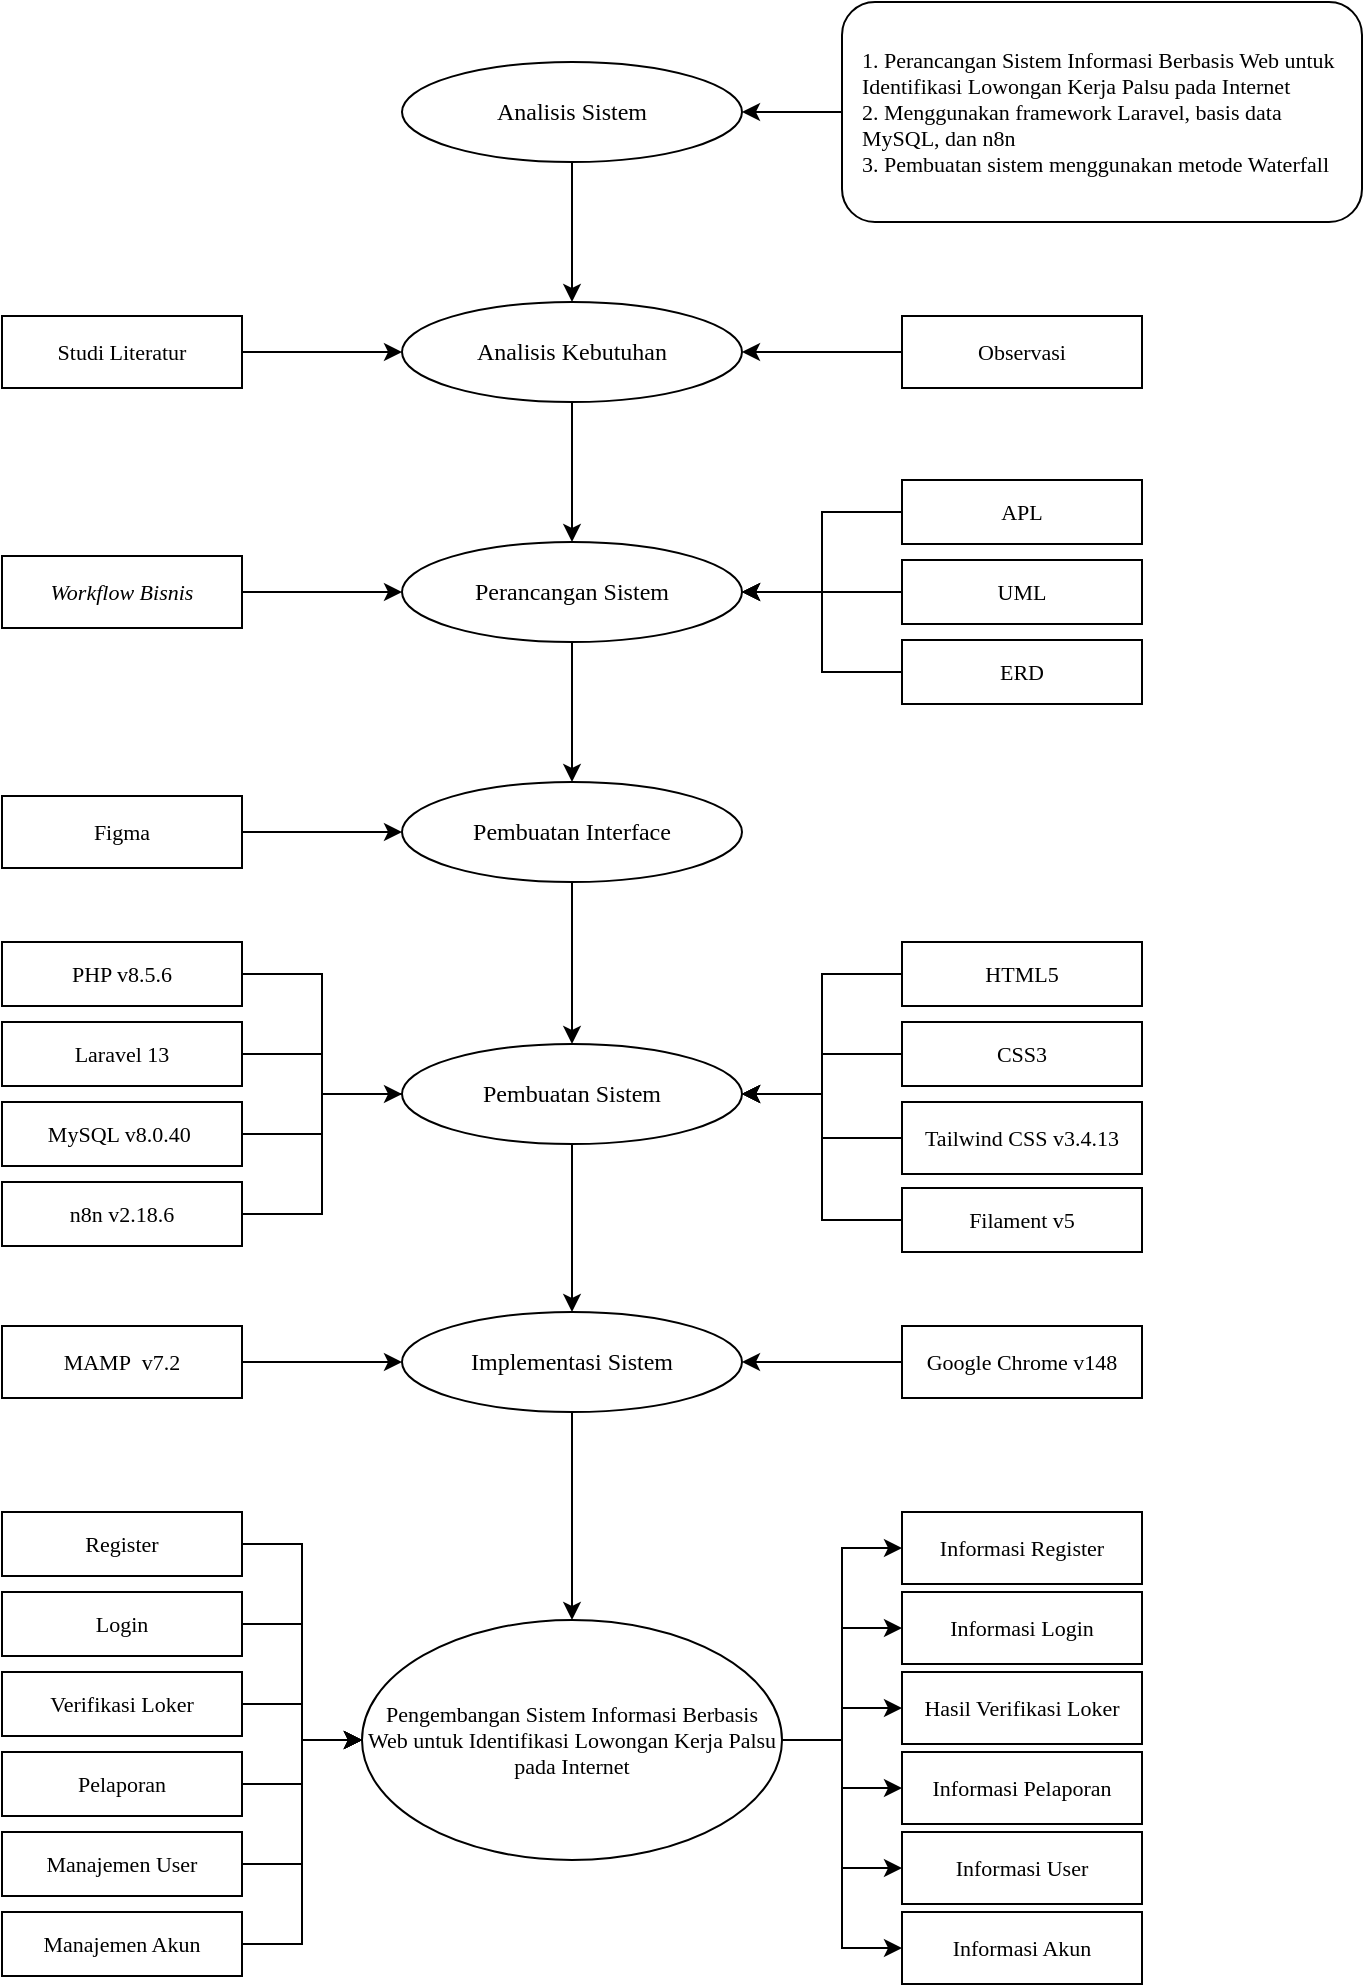
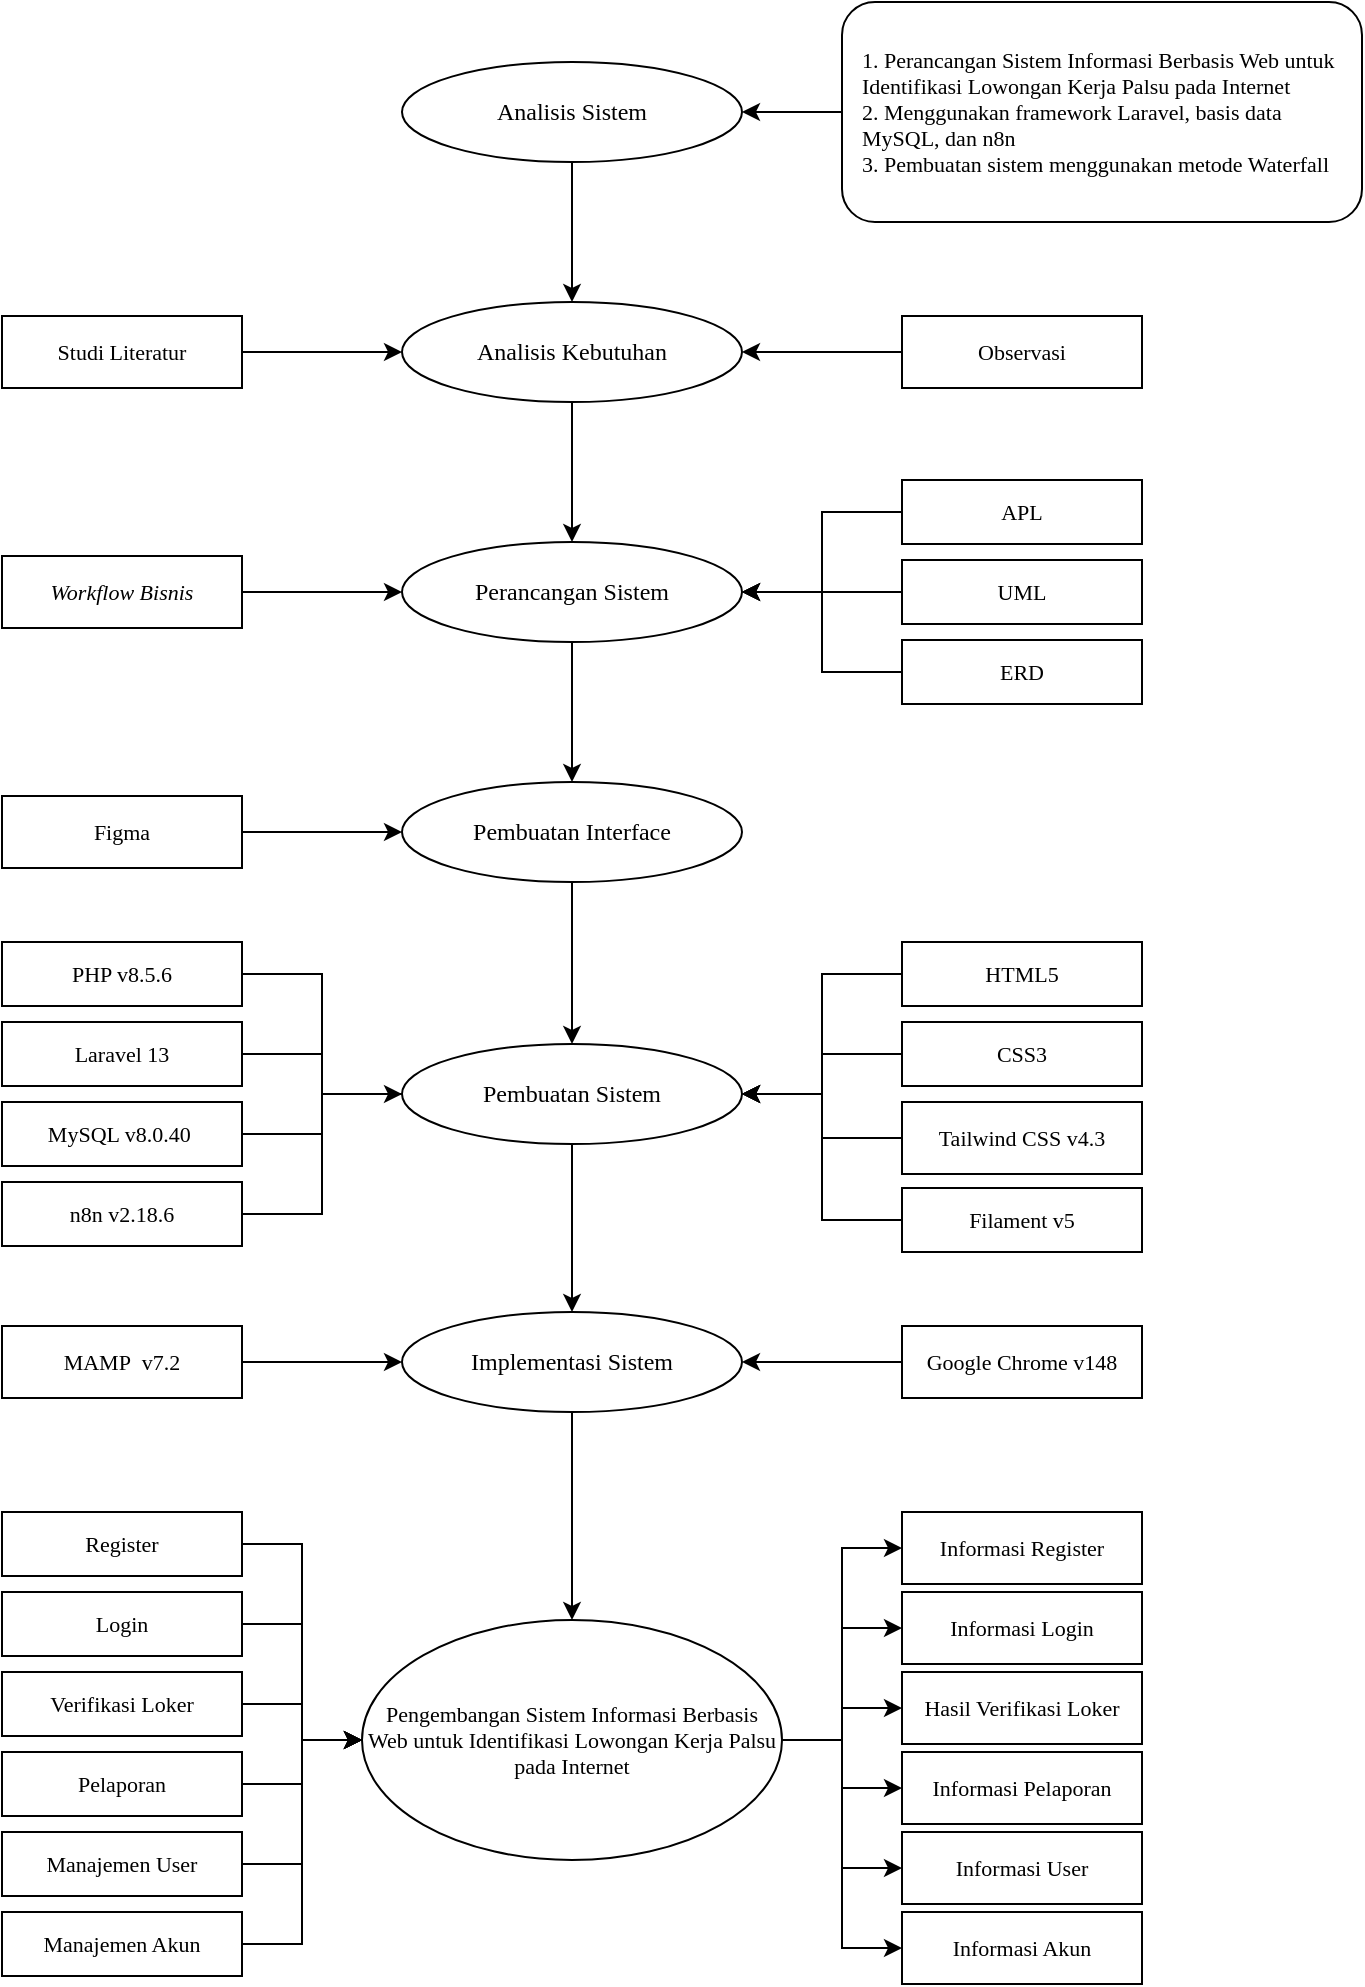
<mxfile host="app.diagrams.net">
  <diagram name="Page-1" id="yfmV3Sks-nrF4BvnnPUG">
-     <mxGraphModel dx="1753" dy="956" grid="1" gridSize="10" guides="1" tooltips="1" connect="1" arrows="1" fold="1" page="1" pageScale="1" pageWidth="827" pageHeight="1169" math="0" shadow="0">
+     <mxGraphModel dx="838" dy="457" grid="1" gridSize="10" guides="1" tooltips="1" connect="1" arrows="1" fold="1" page="1" pageScale="1" pageWidth="827" pageHeight="1169" math="0" shadow="0">
      <root>
        <mxCell id="0" />
        <mxCell id="1" parent="0" />
        <mxCell id="fTyH0j3n_jQUCsVNDcWE-1" parent="1" style="ellipse;whiteSpace=wrap;html=1;fillColor=#ffffff;strokeColor=#000000;fontFamily=Times New Roman;fontSize=12;" value="Analisis Sistem" vertex="1">
          <mxGeometry height="50" width="170" x="580" y="110" as="geometry" />
        </mxCell>
        <mxCell id="fTyH0j3n_jQUCsVNDcWE-2" parent="1" style="ellipse;whiteSpace=wrap;html=1;fillColor=#ffffff;strokeColor=#000000;fontFamily=Times New Roman;fontSize=12;" value="Analisis Kebutuhan" vertex="1">
          <mxGeometry height="50" width="170" x="580" y="230" as="geometry" />
        </mxCell>
        <mxCell id="fTyH0j3n_jQUCsVNDcWE-3" parent="1" style="ellipse;whiteSpace=wrap;html=1;fillColor=#ffffff;strokeColor=#000000;fontFamily=Times New Roman;fontSize=12;" value="Perancangan Sistem" vertex="1">
          <mxGeometry height="50" width="170" x="580" y="350" as="geometry" />
        </mxCell>
        <mxCell id="fTyH0j3n_jQUCsVNDcWE-4" parent="1" style="ellipse;whiteSpace=wrap;html=1;fillColor=#ffffff;strokeColor=#000000;fontFamily=Times New Roman;fontSize=12;" value="Pembuatan Interface" vertex="1">
          <mxGeometry height="50" width="170" x="580" y="470" as="geometry" />
        </mxCell>
        <mxCell id="fTyH0j3n_jQUCsVNDcWE-5" parent="1" style="ellipse;whiteSpace=wrap;html=1;fillColor=#ffffff;strokeColor=#000000;fontFamily=Times New Roman;fontSize=12;" value="Pembuatan Sistem" vertex="1">
          <mxGeometry height="50" width="170" x="580" y="601" as="geometry" />
        </mxCell>
        <mxCell id="fTyH0j3n_jQUCsVNDcWE-6" parent="1" style="ellipse;whiteSpace=wrap;html=1;fillColor=#ffffff;strokeColor=#000000;fontFamily=Times New Roman;fontSize=12;" value="Implementasi Sistem" vertex="1">
          <mxGeometry height="50" width="170" x="580" y="735" as="geometry" />
        </mxCell>
        <mxCell id="fTyH0j3n_jQUCsVNDcWE-7" parent="1" style="ellipse;whiteSpace=wrap;html=1;fillColor=#ffffff;strokeColor=#000000;fontFamily=Times New Roman;fontSize=11;" value="Pengembangan Sistem Informasi Berbasis Web untuk Identifikasi Lowongan Kerja Palsu pada Internet" vertex="1">
          <mxGeometry height="120" width="210" x="560" y="889" as="geometry" />
        </mxCell>
        <mxCell id="fTyH0j3n_jQUCsVNDcWE-8" edge="1" parent="1" source="fTyH0j3n_jQUCsVNDcWE-1" style="endArrow=classic;html=1;rounded=0;exitX=0.5;exitY=1;entryX=0.5;entryY=0;" target="fTyH0j3n_jQUCsVNDcWE-2">
          <mxGeometry relative="1" as="geometry" />
        </mxCell>
        <mxCell id="fTyH0j3n_jQUCsVNDcWE-9" edge="1" parent="1" source="fTyH0j3n_jQUCsVNDcWE-2" style="endArrow=classic;html=1;rounded=0;exitX=0.5;exitY=1;entryX=0.5;entryY=0;" target="fTyH0j3n_jQUCsVNDcWE-3">
          <mxGeometry relative="1" as="geometry" />
        </mxCell>
        <mxCell id="fTyH0j3n_jQUCsVNDcWE-10" edge="1" parent="1" source="fTyH0j3n_jQUCsVNDcWE-3" style="endArrow=classic;html=1;rounded=0;exitX=0.5;exitY=1;entryX=0.5;entryY=0;" target="fTyH0j3n_jQUCsVNDcWE-4">
          <mxGeometry relative="1" as="geometry" />
        </mxCell>
        <mxCell id="fTyH0j3n_jQUCsVNDcWE-11" edge="1" parent="1" source="fTyH0j3n_jQUCsVNDcWE-4" style="endArrow=classic;html=1;rounded=0;exitX=0.5;exitY=1;entryX=0.5;entryY=0;" target="fTyH0j3n_jQUCsVNDcWE-5">
          <mxGeometry relative="1" as="geometry" />
        </mxCell>
        <mxCell id="fTyH0j3n_jQUCsVNDcWE-12" edge="1" parent="1" source="fTyH0j3n_jQUCsVNDcWE-5" style="endArrow=classic;html=1;rounded=0;exitX=0.5;exitY=1;entryX=0.5;entryY=0;" target="fTyH0j3n_jQUCsVNDcWE-6">
          <mxGeometry relative="1" as="geometry" />
        </mxCell>
        <mxCell id="fTyH0j3n_jQUCsVNDcWE-13" edge="1" parent="1" source="fTyH0j3n_jQUCsVNDcWE-6" style="endArrow=classic;html=1;rounded=0;exitX=0.5;exitY=1;entryX=0.5;entryY=0;" target="fTyH0j3n_jQUCsVNDcWE-7">
          <mxGeometry relative="1" as="geometry" />
        </mxCell>
        <mxCell id="fTyH0j3n_jQUCsVNDcWE-14" parent="1" style="rounded=1;whiteSpace=wrap;html=1;fillColor=#ffffff;strokeColor=#000000;fontFamily=Times New Roman;fontSize=11;align=left;verticalAlign=middle;spacingLeft=8;spacingRight=8;" value="1. Perancangan Sistem Informasi Berbasis Web untuk Identifikasi Lowongan Kerja Palsu pada Internet&lt;br&gt;2. Menggunakan framework Laravel, basis data MySQL, dan n8n&lt;br&gt;3. Pembuatan sistem menggunakan metode Waterfall" vertex="1">
          <mxGeometry height="110" width="260" x="800" y="80" as="geometry" />
        </mxCell>
        <mxCell id="fTyH0j3n_jQUCsVNDcWE-15" edge="1" parent="1" source="fTyH0j3n_jQUCsVNDcWE-1" style="endArrow=none;html=1;rounded=0;exitX=1;exitY=0.5;entryX=0;entryY=0.5;startArrow=classic;startFill=1;" target="fTyH0j3n_jQUCsVNDcWE-14">
          <mxGeometry relative="1" as="geometry" />
        </mxCell>
        <mxCell id="fTyH0j3n_jQUCsVNDcWE-16" parent="1" style="rounded=0;whiteSpace=wrap;html=1;fillColor=#ffffff;strokeColor=#000000;fontFamily=Times New Roman;fontSize=11;" value="Studi Literatur" vertex="1">
          <mxGeometry height="36" width="120" x="380" y="237" as="geometry" />
        </mxCell>
        <mxCell id="fTyH0j3n_jQUCsVNDcWE-19" edge="1" parent="1" source="fTyH0j3n_jQUCsVNDcWE-16" style="endArrow=classic;html=1;exitX=1;exitY=0.5;entryX=0;entryY=0.5;endFill=1;" target="fTyH0j3n_jQUCsVNDcWE-2">
          <mxGeometry relative="1" as="geometry" />
        </mxCell>
        <mxCell id="fTyH0j3n_jQUCsVNDcWE-22" parent="1" style="rounded=0;whiteSpace=wrap;html=1;fillColor=#ffffff;strokeColor=#000000;fontFamily=Times New Roman;fontSize=11;fontStyle=2" value="Workflow Bisnis" vertex="1">
          <mxGeometry height="36" width="120" x="380" y="357" as="geometry" />
        </mxCell>
        <mxCell id="fTyH0j3n_jQUCsVNDcWE-23" parent="1" style="rounded=0;whiteSpace=wrap;html=1;fillColor=#ffffff;strokeColor=#000000;fontFamily=Times New Roman;fontSize=11;" value="APL" vertex="1">
          <mxGeometry height="32" width="120" x="830" y="319" as="geometry" />
        </mxCell>
        <mxCell id="fTyH0j3n_jQUCsVNDcWE-24" parent="1" style="rounded=0;whiteSpace=wrap;html=1;fillColor=#ffffff;strokeColor=#000000;fontFamily=Times New Roman;fontSize=11;" value="UML" vertex="1">
          <mxGeometry height="32" width="120" x="830" y="359" as="geometry" />
        </mxCell>
        <mxCell id="fTyH0j3n_jQUCsVNDcWE-25" parent="1" style="rounded=0;whiteSpace=wrap;html=1;fillColor=#ffffff;strokeColor=#000000;fontFamily=Times New Roman;fontSize=11;" value="ERD" vertex="1">
          <mxGeometry height="32" width="120" x="830" y="399" as="geometry" />
        </mxCell>
        <mxCell id="fTyH0j3n_jQUCsVNDcWE-26" edge="1" parent="1" source="fTyH0j3n_jQUCsVNDcWE-22" style="endArrow=classic;html=1;exitX=1;exitY=0.5;entryX=0;entryY=0.5;endFill=1;" target="fTyH0j3n_jQUCsVNDcWE-3">
          <mxGeometry relative="1" as="geometry" />
        </mxCell>
        <mxCell id="fTyH0j3n_jQUCsVNDcWE-27" edge="1" parent="1" source="fTyH0j3n_jQUCsVNDcWE-3" style="endArrow=none;html=1;exitX=1;exitY=0.5;entryX=0;entryY=0.5;startArrow=classic;startFill=1;edgeStyle=orthogonalEdgeStyle;rounded=0;curved=0;" target="fTyH0j3n_jQUCsVNDcWE-23">
          <mxGeometry relative="1" as="geometry" />
        </mxCell>
        <mxCell id="fTyH0j3n_jQUCsVNDcWE-28" edge="1" parent="1" source="fTyH0j3n_jQUCsVNDcWE-3" style="endArrow=none;html=1;exitX=1;exitY=0.5;entryX=0;entryY=0.5;startArrow=classic;startFill=1;edgeStyle=orthogonalEdgeStyle;rounded=0;curved=0;" target="fTyH0j3n_jQUCsVNDcWE-24">
          <mxGeometry relative="1" as="geometry" />
        </mxCell>
        <mxCell id="fTyH0j3n_jQUCsVNDcWE-29" edge="1" parent="1" source="fTyH0j3n_jQUCsVNDcWE-3" style="endArrow=none;html=1;exitX=1;exitY=0.5;entryX=0;entryY=0.5;startArrow=classic;startFill=1;edgeStyle=orthogonalEdgeStyle;rounded=0;curved=0;" target="fTyH0j3n_jQUCsVNDcWE-25">
          <mxGeometry relative="1" as="geometry" />
        </mxCell>
        <mxCell id="fTyH0j3n_jQUCsVNDcWE-30" parent="1" style="rounded=0;whiteSpace=wrap;html=1;fillColor=#ffffff;strokeColor=#000000;fontFamily=Times New Roman;fontSize=11;" value="Figma" vertex="1">
          <mxGeometry height="36" width="120" x="380" y="477" as="geometry" />
        </mxCell>
        <mxCell id="fTyH0j3n_jQUCsVNDcWE-31" edge="1" parent="1" source="fTyH0j3n_jQUCsVNDcWE-30" style="endArrow=classic;html=1;exitX=1;exitY=0.5;entryX=0;entryY=0.5;endFill=1;" target="fTyH0j3n_jQUCsVNDcWE-4">
          <mxGeometry relative="1" as="geometry" />
        </mxCell>
        <mxCell id="fTyH0j3n_jQUCsVNDcWE-32" parent="1" style="rounded=0;whiteSpace=wrap;html=1;fillColor=#ffffff;strokeColor=#000000;fontFamily=Times New Roman;fontSize=11;" value="PHP v8.5.6" vertex="1">
          <mxGeometry height="32" width="120" x="380" y="550" as="geometry" />
        </mxCell>
        <mxCell id="fTyH0j3n_jQUCsVNDcWE-33" parent="1" style="rounded=0;whiteSpace=wrap;html=1;fillColor=#ffffff;strokeColor=#000000;fontFamily=Times New Roman;fontSize=11;" value="Laravel 13" vertex="1">
          <mxGeometry height="32" width="120" x="380" y="590" as="geometry" />
        </mxCell>
        <mxCell id="fTyH0j3n_jQUCsVNDcWE-34" parent="1" style="rounded=0;whiteSpace=wrap;html=1;fillColor=#ffffff;strokeColor=#000000;fontFamily=Times New Roman;fontSize=11;" value="MySQL v8.0.40&amp;nbsp;" vertex="1">
          <mxGeometry height="32" width="120" x="380" y="630" as="geometry" />
        </mxCell>
        <mxCell id="fTyH0j3n_jQUCsVNDcWE-35" parent="1" style="rounded=0;whiteSpace=wrap;html=1;fillColor=#ffffff;strokeColor=#000000;fontFamily=Times New Roman;fontSize=11;" value="HTML5" vertex="1">
          <mxGeometry height="32" width="120" x="830" y="550" as="geometry" />
        </mxCell>
        <mxCell id="fTyH0j3n_jQUCsVNDcWE-36" parent="1" style="rounded=0;whiteSpace=wrap;html=1;fillColor=#ffffff;strokeColor=#000000;fontFamily=Times New Roman;fontSize=11;" value="CSS3" vertex="1">
          <mxGeometry height="32" width="120" x="830" y="590" as="geometry" />
        </mxCell>
-         <mxCell id="fTyH0j3n_jQUCsVNDcWE-37" parent="1" style="rounded=0;whiteSpace=wrap;html=1;fillColor=#ffffff;strokeColor=#000000;fontFamily=Times New Roman;fontSize=11;" value="Tailwind CSS v3.4.13" vertex="1">
+         <mxCell id="fTyH0j3n_jQUCsVNDcWE-37" parent="1" style="rounded=0;whiteSpace=wrap;html=1;fillColor=#ffffff;strokeColor=#000000;fontFamily=Times New Roman;fontSize=11;" value="Tailwind CSS v4.3" vertex="1">
          <mxGeometry height="36" width="120" x="830" y="630" as="geometry" />
        </mxCell>
        <mxCell id="fTyH0j3n_jQUCsVNDcWE-38" edge="1" parent="1" source="fTyH0j3n_jQUCsVNDcWE-32" style="endArrow=none;html=1;exitX=1;exitY=0.5;entryX=0;entryY=0.5;edgeStyle=orthogonalEdgeStyle;rounded=0;curved=0;" target="fTyH0j3n_jQUCsVNDcWE-5">
          <mxGeometry relative="1" as="geometry" />
        </mxCell>
        <mxCell id="fTyH0j3n_jQUCsVNDcWE-39" edge="1" parent="1" source="fTyH0j3n_jQUCsVNDcWE-33" style="endArrow=none;html=1;exitX=1;exitY=0.5;entryX=0;entryY=0.5;edgeStyle=orthogonalEdgeStyle;rounded=0;curved=0;" target="fTyH0j3n_jQUCsVNDcWE-5">
          <mxGeometry relative="1" as="geometry" />
        </mxCell>
        <mxCell id="fTyH0j3n_jQUCsVNDcWE-40" edge="1" parent="1" source="fTyH0j3n_jQUCsVNDcWE-34" style="endArrow=none;html=1;exitX=1;exitY=0.5;entryX=0;entryY=0.5;edgeStyle=orthogonalEdgeStyle;rounded=0;curved=0;" target="fTyH0j3n_jQUCsVNDcWE-5">
          <mxGeometry relative="1" as="geometry" />
        </mxCell>
        <mxCell id="fTyH0j3n_jQUCsVNDcWE-41" edge="1" parent="1" source="fTyH0j3n_jQUCsVNDcWE-5" style="endArrow=none;html=1;exitX=1;exitY=0.5;entryX=0;entryY=0.5;edgeStyle=orthogonalEdgeStyle;rounded=0;curved=0;startArrow=classic;startFill=1;" target="fTyH0j3n_jQUCsVNDcWE-35">
          <mxGeometry relative="1" as="geometry" />
        </mxCell>
        <mxCell id="fTyH0j3n_jQUCsVNDcWE-42" edge="1" parent="1" source="fTyH0j3n_jQUCsVNDcWE-5" style="endArrow=none;html=1;exitX=1;exitY=0.5;entryX=0;entryY=0.5;edgeStyle=orthogonalEdgeStyle;rounded=0;curved=0;startArrow=classic;startFill=1;" target="fTyH0j3n_jQUCsVNDcWE-36">
          <mxGeometry relative="1" as="geometry" />
        </mxCell>
        <mxCell id="fTyH0j3n_jQUCsVNDcWE-43" edge="1" parent="1" source="fTyH0j3n_jQUCsVNDcWE-5" style="endArrow=none;html=1;exitX=1;exitY=0.5;entryX=0;entryY=0.5;edgeStyle=orthogonalEdgeStyle;rounded=0;curved=0;startArrow=classic;startFill=1;" target="fTyH0j3n_jQUCsVNDcWE-37">
          <mxGeometry relative="1" as="geometry" />
        </mxCell>
        <mxCell id="fTyH0j3n_jQUCsVNDcWE-44" parent="1" style="rounded=0;whiteSpace=wrap;html=1;fillColor=#ffffff;strokeColor=#000000;fontFamily=Times New Roman;fontSize=11;" value="MAMP&amp;nbsp; v7.2" vertex="1">
          <mxGeometry height="36" width="120" x="380" y="742" as="geometry" />
        </mxCell>
        <mxCell id="fTyH0j3n_jQUCsVNDcWE-45" parent="1" style="rounded=0;whiteSpace=wrap;html=1;fillColor=#ffffff;strokeColor=#000000;fontFamily=Times New Roman;fontSize=11;" value="Google Chrome v148" vertex="1">
          <mxGeometry height="36" width="120" x="830" y="742" as="geometry" />
        </mxCell>
        <mxCell id="fTyH0j3n_jQUCsVNDcWE-46" edge="1" parent="1" source="fTyH0j3n_jQUCsVNDcWE-44" style="endArrow=classic;html=1;exitX=1;exitY=0.5;entryX=0;entryY=0.5;endFill=1;" target="fTyH0j3n_jQUCsVNDcWE-6">
          <mxGeometry relative="1" as="geometry" />
        </mxCell>
        <mxCell id="fTyH0j3n_jQUCsVNDcWE-47" edge="1" parent="1" source="fTyH0j3n_jQUCsVNDcWE-6" style="endArrow=none;html=1;exitX=1;exitY=0.5;entryX=0;entryY=0.5;startArrow=classic;startFill=1;" target="fTyH0j3n_jQUCsVNDcWE-45">
          <mxGeometry relative="1" as="geometry" />
        </mxCell>
        <mxCell id="fTyH0j3n_jQUCsVNDcWE-48" parent="1" style="rounded=0;whiteSpace=wrap;html=1;fillColor=#ffffff;strokeColor=#000000;fontFamily=Times New Roman;fontSize=11;" value="Register" vertex="1">
          <mxGeometry height="32" width="120" x="380" y="835" as="geometry" />
        </mxCell>
        <mxCell id="fTyH0j3n_jQUCsVNDcWE-49" parent="1" style="rounded=0;whiteSpace=wrap;html=1;fillColor=#ffffff;strokeColor=#000000;fontFamily=Times New Roman;fontSize=11;" value="Login" vertex="1">
          <mxGeometry height="32" width="120" x="380" y="875" as="geometry" />
        </mxCell>
        <mxCell id="fTyH0j3n_jQUCsVNDcWE-50" parent="1" style="rounded=0;whiteSpace=wrap;html=1;fillColor=#ffffff;strokeColor=#000000;fontFamily=Times New Roman;fontSize=11;" value="Verifikasi Loker" vertex="1">
          <mxGeometry height="32" width="120" x="380" y="915" as="geometry" />
        </mxCell>
        <mxCell id="fTyH0j3n_jQUCsVNDcWE-51" parent="1" style="rounded=0;whiteSpace=wrap;html=1;fillColor=#ffffff;strokeColor=#000000;fontFamily=Times New Roman;fontSize=11;" value="Pelaporan" vertex="1">
          <mxGeometry height="32" width="120" x="380" y="955" as="geometry" />
        </mxCell>
        <mxCell id="fTyH0j3n_jQUCsVNDcWE-52" parent="1" style="rounded=0;whiteSpace=wrap;html=1;fillColor=#ffffff;strokeColor=#000000;fontFamily=Times New Roman;fontSize=11;" value="Manajemen User" vertex="1">
          <mxGeometry height="32" width="120" x="380" y="995" as="geometry" />
        </mxCell>
        <mxCell id="fTyH0j3n_jQUCsVNDcWE-53" parent="1" style="rounded=0;whiteSpace=wrap;html=1;fillColor=#ffffff;strokeColor=#000000;fontFamily=Times New Roman;fontSize=11;" value="Manajemen Akun" vertex="1">
          <mxGeometry height="32" width="120" x="380" y="1035" as="geometry" />
        </mxCell>
        <mxCell id="fTyH0j3n_jQUCsVNDcWE-59" edge="1" parent="1" source="fTyH0j3n_jQUCsVNDcWE-48" style="endArrow=classic;html=1;exitX=1;exitY=0.5;entryX=0;entryY=0.5;edgeStyle=orthogonalEdgeStyle;rounded=0;curved=0;endFill=1;" target="fTyH0j3n_jQUCsVNDcWE-7">
          <mxGeometry relative="1" as="geometry" />
        </mxCell>
        <mxCell id="fTyH0j3n_jQUCsVNDcWE-60" edge="1" parent="1" source="fTyH0j3n_jQUCsVNDcWE-49" style="endArrow=classic;html=1;exitX=1;exitY=0.5;entryX=0;entryY=0.5;edgeStyle=orthogonalEdgeStyle;rounded=0;curved=0;endFill=1;" target="fTyH0j3n_jQUCsVNDcWE-7">
          <mxGeometry relative="1" as="geometry" />
        </mxCell>
        <mxCell id="fTyH0j3n_jQUCsVNDcWE-61" edge="1" parent="1" source="fTyH0j3n_jQUCsVNDcWE-50" style="endArrow=classic;html=1;exitX=1;exitY=0.5;entryX=0;entryY=0.5;edgeStyle=orthogonalEdgeStyle;rounded=0;curved=0;endFill=1;" target="fTyH0j3n_jQUCsVNDcWE-7">
          <mxGeometry relative="1" as="geometry" />
        </mxCell>
        <mxCell id="fTyH0j3n_jQUCsVNDcWE-62" edge="1" parent="1" source="fTyH0j3n_jQUCsVNDcWE-51" style="endArrow=none;html=1;exitX=1;exitY=0.5;entryX=0;entryY=0.5;edgeStyle=orthogonalEdgeStyle;rounded=0;curved=0;" target="fTyH0j3n_jQUCsVNDcWE-7">
          <mxGeometry relative="1" as="geometry" />
        </mxCell>
        <mxCell id="fTyH0j3n_jQUCsVNDcWE-63" edge="1" parent="1" source="fTyH0j3n_jQUCsVNDcWE-52" style="endArrow=classic;html=1;exitX=1;exitY=0.5;entryX=0;entryY=0.5;edgeStyle=orthogonalEdgeStyle;rounded=0;curved=0;endFill=1;" target="fTyH0j3n_jQUCsVNDcWE-7">
          <mxGeometry relative="1" as="geometry" />
        </mxCell>
        <mxCell id="fTyH0j3n_jQUCsVNDcWE-64" edge="1" parent="1" source="fTyH0j3n_jQUCsVNDcWE-53" style="endArrow=classic;html=1;exitX=1;exitY=0.5;entryX=0;entryY=0.5;edgeStyle=orthogonalEdgeStyle;rounded=0;curved=0;endFill=1;" target="fTyH0j3n_jQUCsVNDcWE-7">
          <mxGeometry relative="1" as="geometry" />
        </mxCell>
        <mxCell id="fTyH0j3n_jQUCsVNDcWE-70" parent="1" style="rounded=0;whiteSpace=wrap;html=1;fillColor=#ffffff;strokeColor=#000000;fontFamily=Times New Roman;fontSize=11;" value="Informasi Register" vertex="1">
          <mxGeometry height="36" width="120" x="830" y="835" as="geometry" />
        </mxCell>
        <mxCell id="fTyH0j3n_jQUCsVNDcWE-71" parent="1" style="rounded=0;whiteSpace=wrap;html=1;fillColor=#ffffff;strokeColor=#000000;fontFamily=Times New Roman;fontSize=11;" value="Informasi Login" vertex="1">
          <mxGeometry height="36" width="120" x="830" y="875" as="geometry" />
        </mxCell>
        <mxCell id="fTyH0j3n_jQUCsVNDcWE-72" parent="1" style="rounded=0;whiteSpace=wrap;html=1;fillColor=#ffffff;strokeColor=#000000;fontFamily=Times New Roman;fontSize=11;" value="Hasil Verifikasi Loker" vertex="1">
          <mxGeometry height="36" width="120" x="830" y="915" as="geometry" />
        </mxCell>
        <mxCell id="fTyH0j3n_jQUCsVNDcWE-73" parent="1" style="rounded=0;whiteSpace=wrap;html=1;fillColor=#ffffff;strokeColor=#000000;fontFamily=Times New Roman;fontSize=11;" value="Informasi Pelaporan" vertex="1">
          <mxGeometry height="36" width="120" x="830" y="955" as="geometry" />
        </mxCell>
        <mxCell id="fTyH0j3n_jQUCsVNDcWE-74" parent="1" style="rounded=0;whiteSpace=wrap;html=1;fillColor=#ffffff;strokeColor=#000000;fontFamily=Times New Roman;fontSize=11;" value="Informasi User" vertex="1">
          <mxGeometry height="36" width="120" x="830" y="995" as="geometry" />
        </mxCell>
        <mxCell id="fTyH0j3n_jQUCsVNDcWE-75" parent="1" style="rounded=0;whiteSpace=wrap;html=1;fillColor=#ffffff;strokeColor=#000000;fontFamily=Times New Roman;fontSize=11;" value="Informasi Akun" vertex="1">
          <mxGeometry height="36" width="120" x="830" y="1035" as="geometry" />
        </mxCell>
        <mxCell id="fTyH0j3n_jQUCsVNDcWE-81" edge="1" parent="1" source="fTyH0j3n_jQUCsVNDcWE-7" style="endArrow=classic;html=1;exitX=1;exitY=0.5;entryX=0;entryY=0.5;rounded=0;edgeStyle=orthogonalEdgeStyle;endFill=1;" target="fTyH0j3n_jQUCsVNDcWE-70">
          <mxGeometry relative="1" as="geometry" />
        </mxCell>
        <mxCell id="fTyH0j3n_jQUCsVNDcWE-82" edge="1" parent="1" source="fTyH0j3n_jQUCsVNDcWE-7" style="endArrow=classic;html=1;exitX=1;exitY=0.5;entryX=0;entryY=0.5;rounded=0;edgeStyle=orthogonalEdgeStyle;endFill=1;" target="fTyH0j3n_jQUCsVNDcWE-71">
          <mxGeometry relative="1" as="geometry" />
        </mxCell>
        <mxCell id="fTyH0j3n_jQUCsVNDcWE-83" edge="1" parent="1" source="fTyH0j3n_jQUCsVNDcWE-7" style="endArrow=classic;html=1;exitX=1;exitY=0.5;entryX=0;entryY=0.5;rounded=0;edgeStyle=orthogonalEdgeStyle;endFill=1;" target="fTyH0j3n_jQUCsVNDcWE-72">
          <mxGeometry relative="1" as="geometry" />
        </mxCell>
        <mxCell id="fTyH0j3n_jQUCsVNDcWE-84" edge="1" parent="1" source="fTyH0j3n_jQUCsVNDcWE-7" style="endArrow=classic;html=1;exitX=1;exitY=0.5;entryX=0;entryY=0.5;rounded=0;edgeStyle=orthogonalEdgeStyle;endFill=1;" target="fTyH0j3n_jQUCsVNDcWE-73">
          <mxGeometry relative="1" as="geometry" />
        </mxCell>
        <mxCell id="fTyH0j3n_jQUCsVNDcWE-85" edge="1" parent="1" source="fTyH0j3n_jQUCsVNDcWE-7" style="endArrow=classic;html=1;exitX=1;exitY=0.5;entryX=0;entryY=0.5;rounded=0;edgeStyle=orthogonalEdgeStyle;endFill=1;" target="fTyH0j3n_jQUCsVNDcWE-74">
          <mxGeometry relative="1" as="geometry" />
        </mxCell>
        <mxCell id="fTyH0j3n_jQUCsVNDcWE-86" edge="1" parent="1" source="fTyH0j3n_jQUCsVNDcWE-7" style="endArrow=classic;html=1;exitX=1;exitY=0.5;entryX=0;entryY=0.5;rounded=0;edgeStyle=orthogonalEdgeStyle;endFill=1;" target="fTyH0j3n_jQUCsVNDcWE-75">
          <mxGeometry relative="1" as="geometry" />
        </mxCell>
        <mxCell id="N9CpWy_333Ilmsceh_oc-2" edge="1" parent="1" source="N9CpWy_333Ilmsceh_oc-1" style="edgeStyle=orthogonalEdgeStyle;rounded=0;orthogonalLoop=1;jettySize=auto;html=1;exitX=1;exitY=0.5;exitDx=0;exitDy=0;entryX=0;entryY=0.5;entryDx=0;entryDy=0;" target="fTyH0j3n_jQUCsVNDcWE-5">
          <mxGeometry relative="1" as="geometry" />
        </mxCell>
        <mxCell id="N9CpWy_333Ilmsceh_oc-1" parent="1" style="rounded=0;whiteSpace=wrap;html=1;fillColor=#ffffff;strokeColor=#000000;fontFamily=Times New Roman;fontSize=11;" value="n8n v2.18.6" vertex="1">
          <mxGeometry height="32" width="120" x="380" y="670" as="geometry" />
        </mxCell>
        <mxCell id="N9CpWy_333Ilmsceh_oc-9" edge="1" parent="1" source="N9CpWy_333Ilmsceh_oc-8" style="edgeStyle=orthogonalEdgeStyle;rounded=0;orthogonalLoop=1;jettySize=auto;html=1;" target="fTyH0j3n_jQUCsVNDcWE-2" value="">
          <mxGeometry relative="1" as="geometry" />
        </mxCell>
        <mxCell id="N9CpWy_333Ilmsceh_oc-8" parent="1" style="rounded=0;whiteSpace=wrap;html=1;fillColor=#ffffff;strokeColor=#000000;fontFamily=Times New Roman;fontSize=11;" value="Observasi" vertex="1">
          <mxGeometry height="36" width="120" x="830" y="237" as="geometry" />
        </mxCell>
        <mxCell id="_PsySh128Ptlk5mH-gme-2" edge="1" parent="1" source="_PsySh128Ptlk5mH-gme-1" style="edgeStyle=orthogonalEdgeStyle;rounded=0;orthogonalLoop=1;jettySize=auto;html=1;exitX=0;exitY=0.5;exitDx=0;exitDy=0;entryX=1;entryY=0.5;entryDx=0;entryDy=0;" target="fTyH0j3n_jQUCsVNDcWE-5">
          <mxGeometry relative="1" as="geometry" />
        </mxCell>
        <mxCell id="_PsySh128Ptlk5mH-gme-1" parent="1" style="rounded=0;whiteSpace=wrap;html=1;fillColor=#ffffff;strokeColor=#000000;fontFamily=Times New Roman;fontSize=11;" value="Filament v5" vertex="1">
          <mxGeometry height="32" width="120" x="830" y="673" as="geometry" />
        </mxCell>
      </root>
    </mxGraphModel>
  </diagram>
</mxfile>
